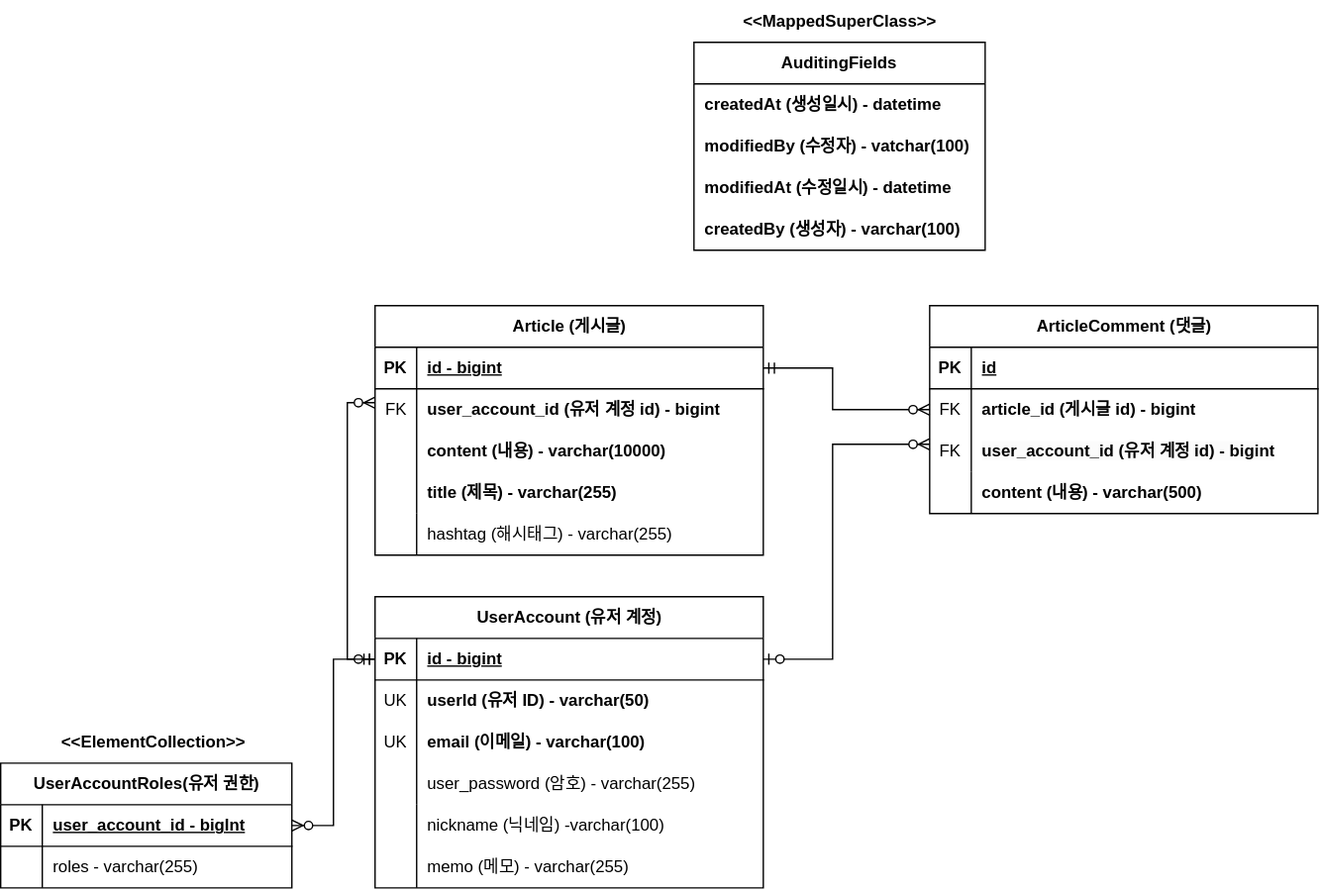
The draw.io diagram document/forum-erd.svg in rivercity310/forum, before a commit. Source tidied: cells renumbered, new cells last; positions are measured from the earlier drawing's top-left corner, leaving out a move shared by most shapes.
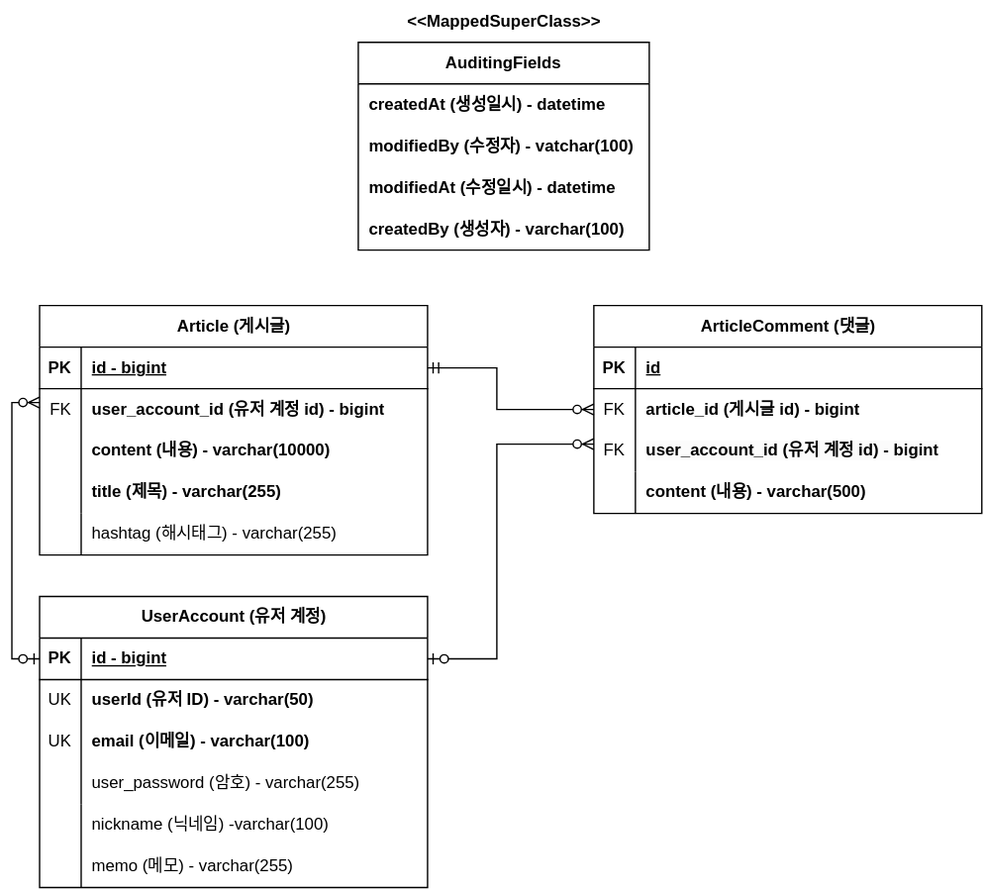
The same diagram one commit later.

Diff of the diagram source:
```diff
@@ -195,37 +195,5 @@
         </Array>
       </mxGeometry>
     </mxCell>
-    <mxCell id="56" value="UserAccountRoles(유저 권한)" style="shape=table;startSize=30;rowLines=0;fontStyle=1;align=center;html=1;" parent="1" vertex="1">
-      <mxGeometry y="550" width="210" height="90" as="geometry" />
-    </mxCell>
-    <mxCell id="57" style="shape=tableRow;horizontal=0;startSize=0;swimlaneHead=0;swimlaneBody=0;fillColor=none;points=[[0,0.5],[1,0.5]];portConstraint=eastwest;top=0;left=0;right=0;bottom=1;" parent="56" vertex="1">
-      <mxGeometry y="30" width="210" height="30" as="geometry" />
-    </mxCell>
-    <mxCell id="58" value="PK" style="shape=partialRectangle;fillColor=none;top=0;left=0;bottom=0;right=0;fontStyle=1;overflow=hidden;whiteSpace=wrap;html=1;" parent="57" vertex="1">
-      <mxGeometry width="30" height="30" as="geometry" />
-    </mxCell>
-    <mxCell id="59" value="user_account_id - bigInt" style="shape=partialRectangle;fillColor=none;top=0;left=0;bottom=0;right=0;align=left;spacingLeft=6;fontStyle=5;overflow=hidden;whiteSpace=wrap;html=1;" parent="57" vertex="1">
-      <mxGeometry x="30" width="180" height="30" as="geometry" />
-    </mxCell>
-    <mxCell id="60" style="shape=tableRow;horizontal=0;startSize=0;swimlaneHead=0;swimlaneBody=0;fillColor=none;top=0;left=0;right=0;bottom=0;" parent="56" vertex="1">
-      <mxGeometry y="60" width="210" height="30" as="geometry" />
-    </mxCell>
-    <mxCell id="61" style="shape=partialRectangle;fillColor=none;top=0;left=0;bottom=0;right=0;overflow=hidden;whiteSpace=wrap;html=1;" parent="60" vertex="1">
-      <mxGeometry width="30" height="30" as="geometry" />
-    </mxCell>
-    <mxCell id="62" value="roles - varchar(255)" style="shape=partialRectangle;fillColor=none;top=0;left=0;bottom=0;right=0;align=left;spacingLeft=6;overflow=hidden;whiteSpace=wrap;html=1;" parent="60" vertex="1">
-      <mxGeometry x="30" width="180" height="30" as="geometry" />
-    </mxCell>
-    <mxCell id="63" value="&lt;b&gt;&amp;lt;&amp;lt;ElementCollection&amp;gt;&amp;gt;&lt;/b&gt;" style="text;html=1;align=center;verticalAlign=middle;strokeColor=none;fillColor=none;" parent="1" vertex="1">
-      <mxGeometry x="30" y="520" width="160" height="30" as="geometry" />
-    </mxCell>
-    <mxCell id="64" style="fontSize=12;html=1;endArrow=ERzeroToMany;startArrow=ERmandOne;rounded=0;exitX=0;exitY=0.5;exitDx=0;exitDy=0;entryX=1;entryY=0.5;entryDx=0;entryDy=0;" parent="1" edge="1" source="29" target="57">
-      <mxGeometry relative="1" as="geometry">
-        <Array as="points">
-          <mxPoint x="240" y="475" />
-          <mxPoint x="240" y="595" />
-        </Array>
-      </mxGeometry>
-    </mxCell>
   </root>
 </mxGraphModel>
```
